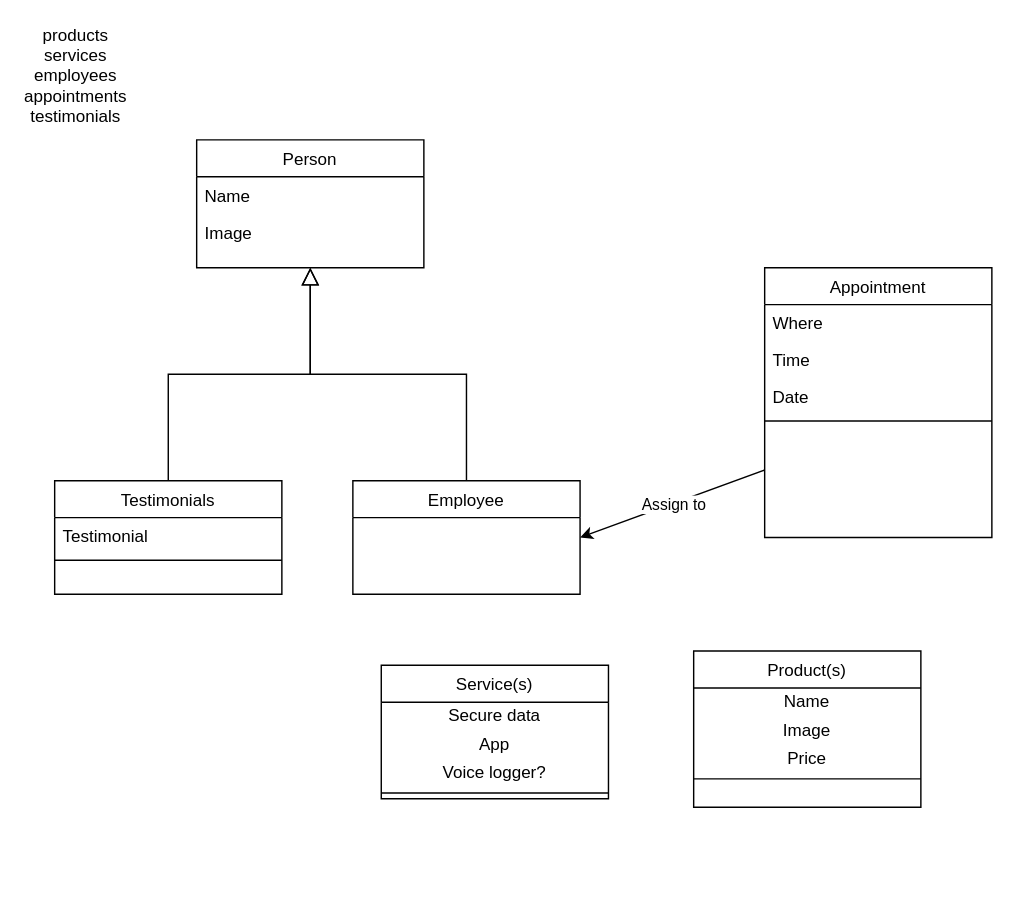
This is models.drawio from jeniscool360/company-website, a draw.io file, before an edit. Source tidied: cells renumbered, new cells numbered last; positions are measured from the earlier drawing's top-left corner, leaving out a move shared by most shapes. Both pictures are drawn from the tidied source at 142%, with x=0, y=0 at pixel (26, 40).
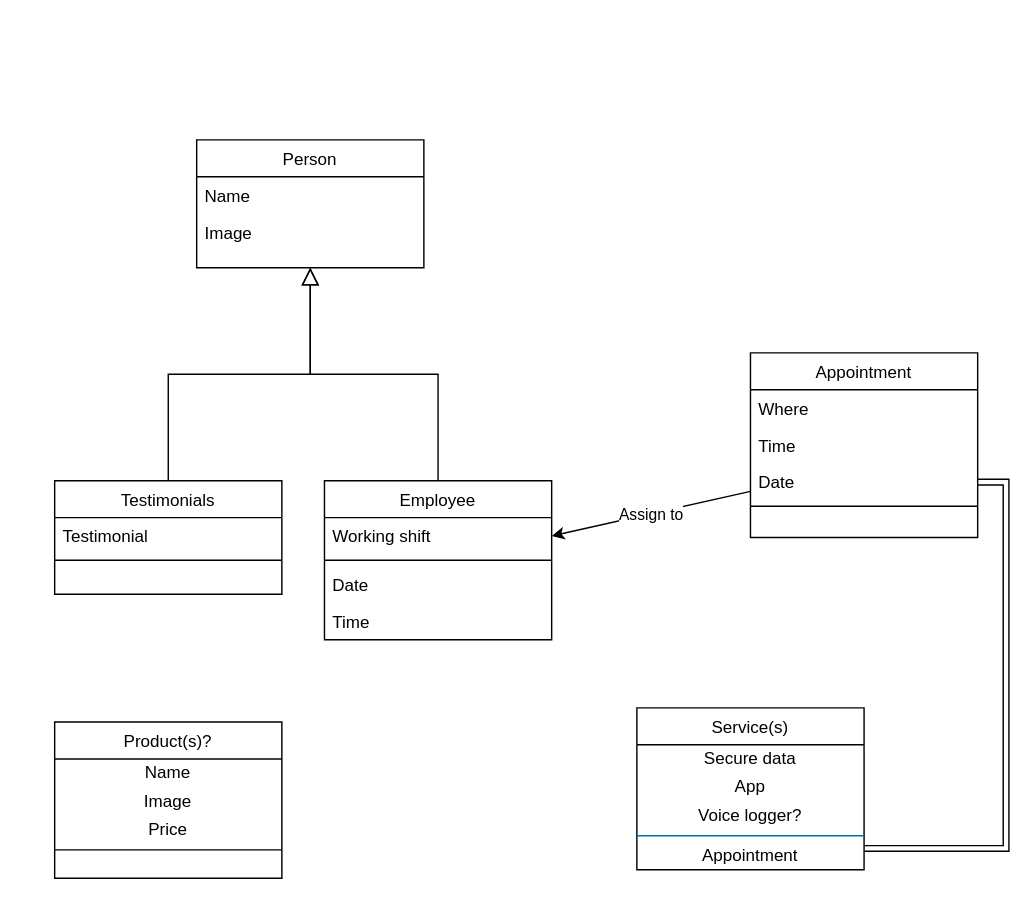
Above is the later version.

The change refers to these unchanged cells:
```xml
<mxCell id="14" value="Date" style="text;align=left;verticalAlign=top;spacingLeft=4;spacingRight=4;overflow=hidden;points=[[0,0.5],[1,0.5]];portConstraint=eastwest;" parent="11" vertex="1">
  <mxGeometry y="78" width="160" height="26" as="geometry" />
</mxCell>
```

Change to the diagram source:
```diff
@@
     <mxCell id="9" value="Employee" style="swimlane;fontStyle=0;align=center;verticalAlign=top;horizontal=1;startSize=26;rounded=0;shadow=0;strokeWidth=1;" parent="1" vertex="1">
-      <mxGeometry x="230" y="310" width="160" height="80" as="geometry" />
+      <mxGeometry x="210" y="310" width="160" height="112" as="geometry" />
     </mxCell>
+    <mxCell id="29" value="Working shift" style="text;align=left;verticalAlign=top;spacingLeft=4;spacingRight=4;overflow=hidden;points=[[0,0.5],[1,0.5]];portConstraint=eastwest;" parent="9" vertex="1">
+      <mxGeometry y="26" width="160" height="26" as="geometry" />
+    </mxCell>
+    <mxCell id="30" style="line;html=1;strokeWidth=1;align=left;verticalAlign=middle;spacingTop=-1;spacingLeft=3;spacingRight=3;labelPosition=right;" parent="9" vertex="1">
+      <mxGeometry y="52" width="160" height="8" as="geometry" />
+    </mxCell>
+    <mxCell id="31" value="Date" style="text;align=left;verticalAlign=top;spacingLeft=4;spacingRight=4;overflow=hidden;" parent="9" vertex="1">
+      <mxGeometry y="60" width="160" height="26" as="geometry" />
+    </mxCell>
+    <mxCell id="32" value="Time" style="text;align=left;verticalAlign=top;spacingLeft=4;spacingRight=4;overflow=hidden;" parent="9" vertex="1">
+      <mxGeometry y="86" width="160" height="26" as="geometry" />
+    </mxCell>
@@
     <mxCell id="11" value="Appointment" style="swimlane;fontStyle=0;align=center;verticalAlign=top;horizontal=1;startSize=26;rounded=0;shadow=0;strokeWidth=1;" parent="1" vertex="1">
-      <mxGeometry x="520" y="160" width="160" height="190" as="geometry" />
+      <mxGeometry x="510" y="220" width="160" height="130" as="geometry" />
     </mxCell>
@@
-    <mxCell id="16" value="products&lt;br&gt;services&lt;br&gt;employees&lt;br&gt;appointments&lt;br&gt;testimonials" style="text;html=1;strokeColor=none;fillColor=none;align=center;verticalAlign=middle;whiteSpace=wrap;rounded=0;" parent="1" vertex="1">
-      <mxGeometry width="70" height="50" as="geometry" />
-    </mxCell>
-    <mxCell id="17" value="Product(s)" style="swimlane;fontStyle=0;align=center;verticalAlign=top;horizontal=1;startSize=26;rounded=0;shadow=0;strokeWidth=1;" parent="1" vertex="1">
-      <mxGeometry x="470" y="430" width="160" height="110" as="geometry" />
+    <mxCell id="17" value="Product(s)?" style="swimlane;fontStyle=0;align=center;verticalAlign=top;horizontal=1;startSize=26;rounded=0;shadow=0;strokeWidth=1;" parent="1" vertex="1">
+      <mxGeometry x="20" y="480" width="160" height="110" as="geometry" />
     </mxCell>
@@
     <mxCell id="22" value="Service(s)" style="swimlane;fontStyle=0;align=center;verticalAlign=top;horizontal=1;startSize=26;rounded=0;shadow=0;strokeWidth=1;" parent="1" vertex="1">
-      <mxGeometry x="250" y="440" width="160" height="94" as="geometry" />
+      <mxGeometry x="430" y="470" width="160" height="114" as="geometry" />
     </mxCell>
@@
-    <mxCell id="26" style="line;html=1;strokeWidth=1;align=left;verticalAlign=middle;spacingTop=-1;spacingLeft=3;spacingRight=3;labelPosition=right;" parent="22" vertex="1">
-      <mxGeometry y="86" width="160" height="8" as="geometry" />
-    </mxCell>
+    <mxCell id="33" style="line;html=1;strokeWidth=1;align=left;verticalAlign=middle;spacingTop=-1;spacingLeft=3;spacingRight=3;labelPosition=right;fillColor=#1ba1e2;strokeColor=#006EAF;fontColor=#ffffff;" parent="22" vertex="1">
+      <mxGeometry y="86" width="160" height="8" as="geometry" />
+    </mxCell>
+    <mxCell id="34" value="Appointment" style="text;html=1;strokeColor=none;fillColor=none;align=center;verticalAlign=middle;whiteSpace=wrap;rounded=0;" parent="22" vertex="1">
+      <mxGeometry y="94" width="160" height="20" as="geometry" />
+    </mxCell>
-    <mxCell id="27" style="endArrow=classic;html=1;entryX=1;entryY=0.5;entryDx=0;entryDy=0;exitX=0;exitY=0.75;exitDx=0;exitDy=0;" parent="1" edge="1" source="11" target="9">
+    <mxCell id="27" style="endArrow=classic;html=1;entryX=1;entryY=0.5;entryDx=0;entryDy=0;exitX=0;exitY=0.75;exitDx=0;exitDy=0;" parent="1" edge="1" source="11" target="29">
       <mxGeometry relative="1" as="geometry" />
     </mxCell>
@@
+    <mxCell id="35" style="edgeStyle=orthogonalEdgeStyle;shape=link;rounded=0;jettySize=auto;html=1;exitX=1;exitY=0.25;exitDx=0;exitDy=0;entryX=1;entryY=0.5;entryDx=0;entryDy=0;" parent="1" edge="1" source="34" target="14">
+      <mxGeometry relative="1" as="geometry" />
+    </mxCell>
```
